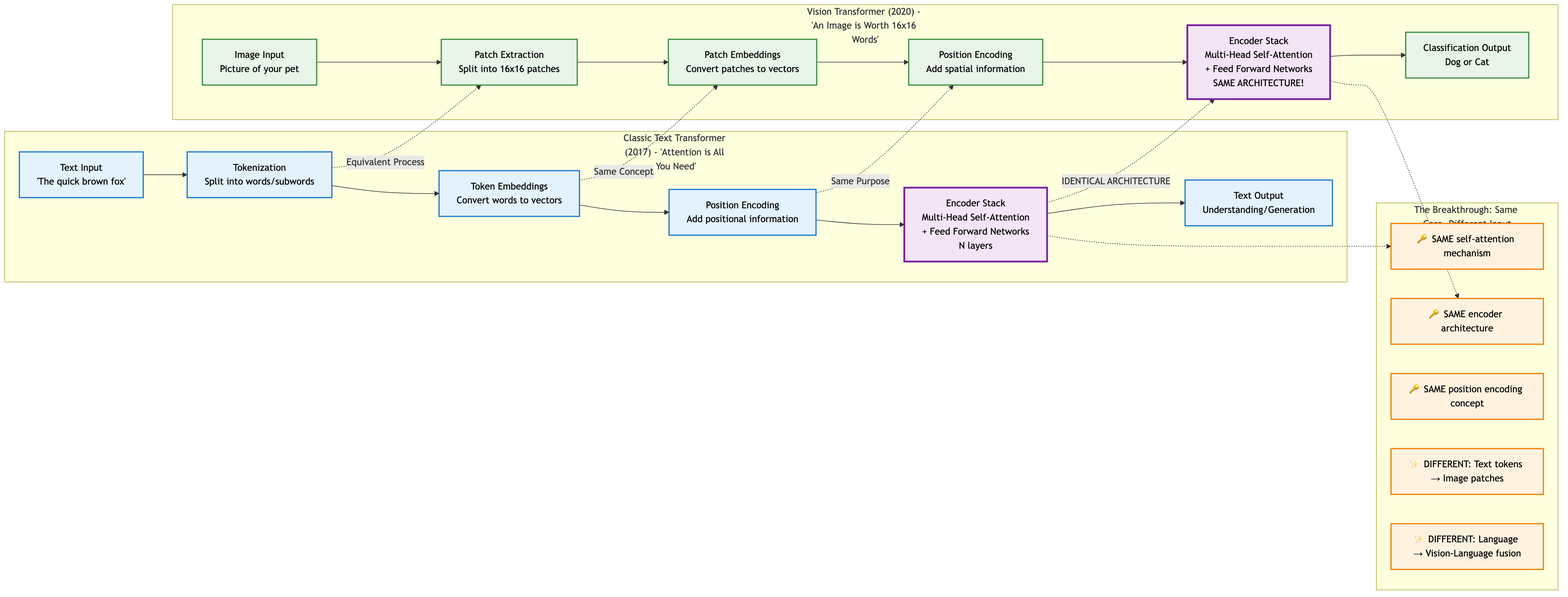
Before: presentation_materials/presentation_diagrams/mermaid_exports/Text_vs_Vision_Transformer_Comparison.png, a diagram exported from Mermaid (tmnestor/unified_vision_processor_minimal). Its source is kept beside it as presentation_materials/presentation_diagrams/mermaid_exports/Text_vs_Vision_Transformer_Comparison.mmd.
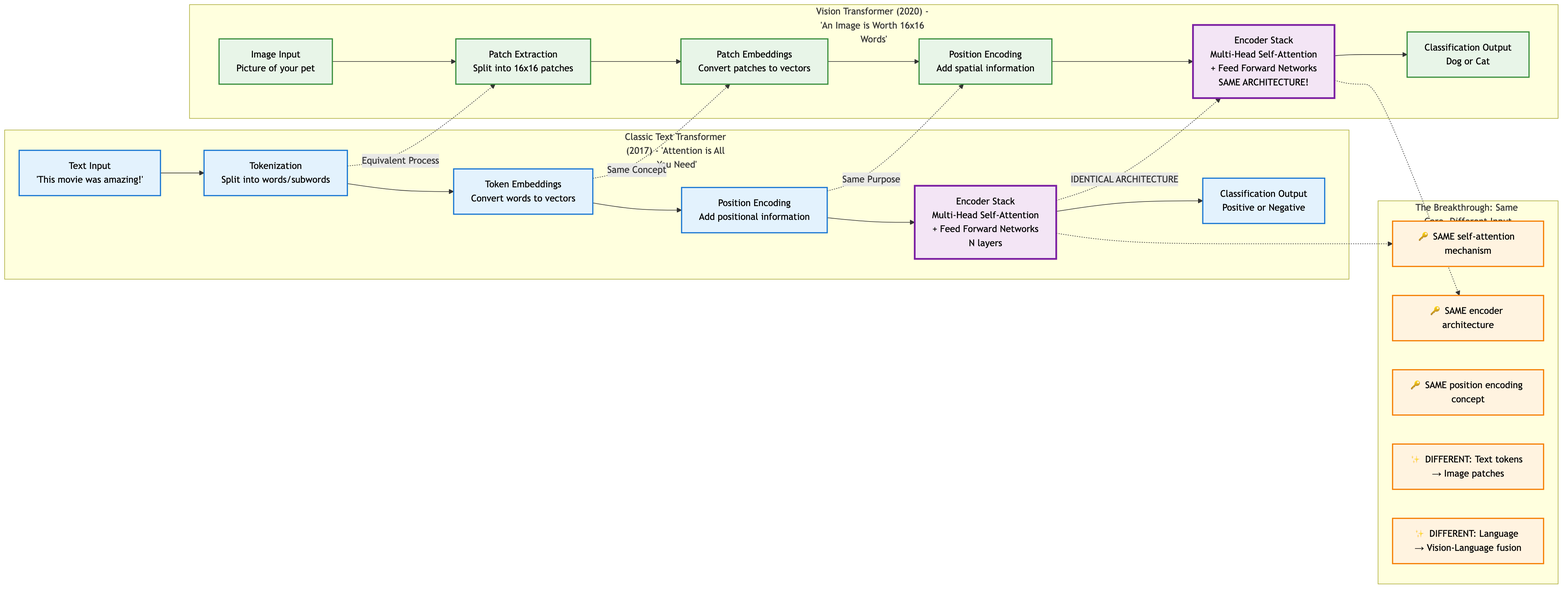
Later version of the same file.

Commit message:
✨ feat: update text input example in Vision Transformer comparison diagram for improved relevance and clarity

Diff of the diagram source:
```diff
@@ -1,8 +1,8 @@
 graph LR
     subgraph textside ["Classic Text Transformer (2017) - 'Attention is All You Need'"]
-        T1[Text Input<br/>'The quick brown fox'] --> T2[Tokenization<br/>Split into words/subwords] --> T3[Token Embeddings<br/>Convert words to vectors] --> T4[Position Encoding<br/>Add positional information]
+        T1[Text Input<br/>'This movie was amazing!'] --> T2[Tokenization<br/>Split into words/subwords] --> T3[Token Embeddings<br/>Convert words to vectors] --> T4[Position Encoding<br/>Add positional information]
         T4 --> T5[Encoder Stack<br/>Multi-Head Self-Attention<br/>+ Feed Forward Networks<br/>N layers]
-        T5 --> T6[Text Output<br/>Understanding/Generation]
+        T5 --> T6[Classification Output<br/>Positive or Negative]
     end
 
     subgraph visionside ["Vision Transformer (2020) - 'An Image is Worth 16x16 Words'"]
```
